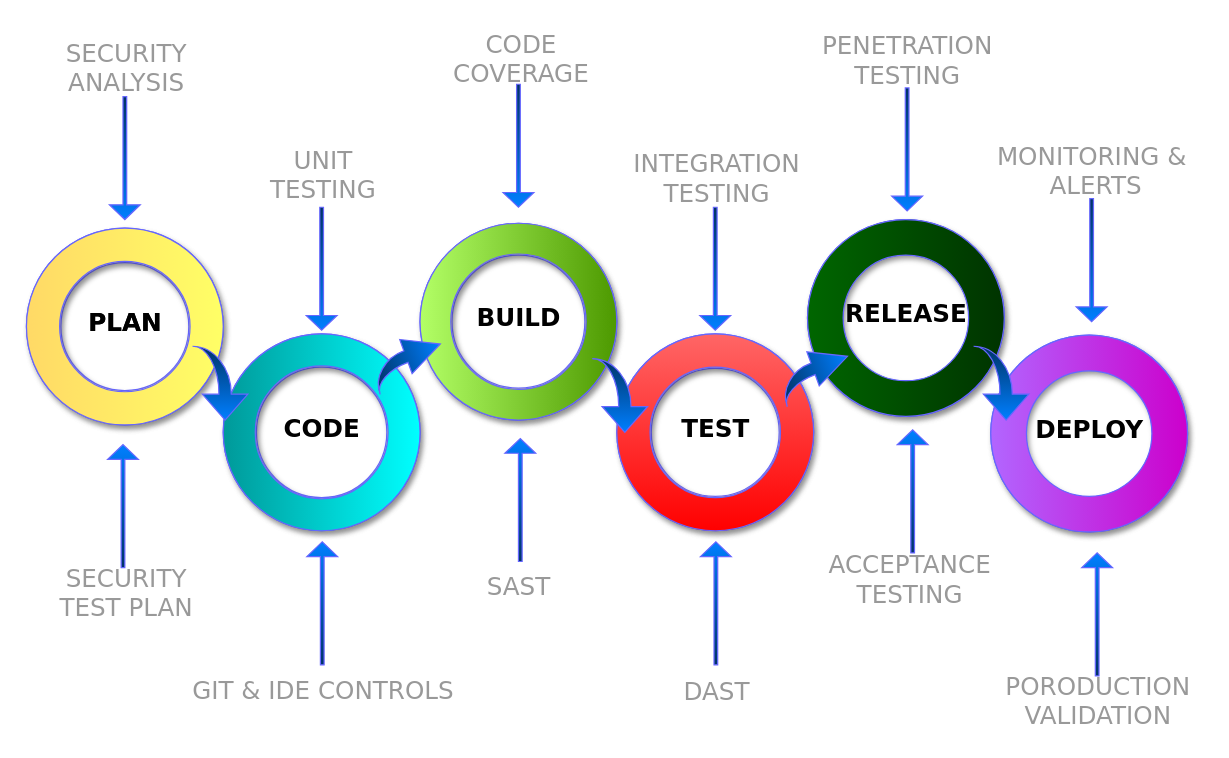
The draw.io diagram GeMDevOps/Untitled Diagram.drawio in kittunotes/devops_architecture, before the edit. Source tidied: cells renumbered, new cells numbered last; positions are measured from the earlier drawing's top-left corner, leaving out a move shared by most shapes. Both pictures are drawn from the tidied source at 123%, with x=0, y=0 at pixel (26, 21).
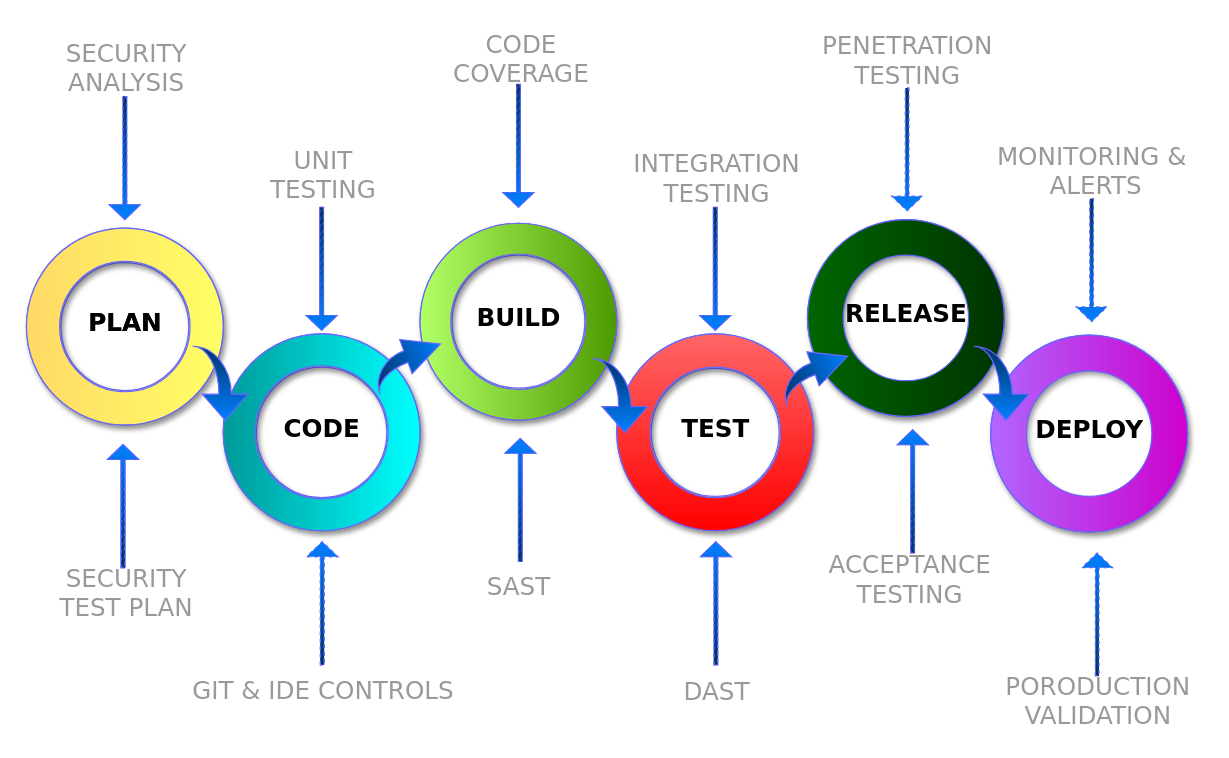
Above is the later version.

Change to the diagram source:
```diff
@@
-    <mxCell id="33" style="html=1;shadow=0;dashed=0;align=center;verticalAlign=middle;shape=mxgraph.arrows2.arrow;dy=0.88;dx=12;direction=north;notch=0;sketch=0;fillStyle=auto;strokeColor=#6666FF;fontFamily=Verdana;fontSize=20;fillColor=#003366;gradientColor=#007FFF;gradientDirection=east;" parent="1" vertex="1">
+    <mxCell id="33" style="html=1;shadow=0;dashed=1;align=center;verticalAlign=middle;shape=mxgraph.arrows2.arrow;dy=0.88;dx=12;direction=north;notch=0;sketch=0;fillStyle=auto;strokeColor=#6666FF;fontFamily=Verdana;fontSize=20;fillColor=#003366;gradientColor=#007FFF;gradientDirection=east;" parent="1" vertex="1">
       <mxGeometry x="228" y="423" width="25" height="100" as="geometry" />
     </mxCell>
@@
-    <mxCell id="37" style="html=1;shadow=0;dashed=0;align=center;verticalAlign=middle;shape=mxgraph.arrows2.arrow;dy=0.88;dx=12;direction=north;notch=0;sketch=0;fillStyle=auto;strokeColor=#6666FF;fontFamily=Verdana;fontSize=20;fillColor=#003366;gradientColor=#007FFF;gradientDirection=east;" parent="1" vertex="1">
+    <mxCell id="37" style="html=1;shadow=0;dashed=1;align=center;verticalAlign=middle;shape=mxgraph.arrows2.arrow;dy=0.88;dx=12;direction=north;notch=0;sketch=0;fillStyle=auto;strokeColor=#6666FF;fontFamily=Verdana;fontSize=20;fillColor=#003366;gradientColor=#007FFF;gradientDirection=east;strokeWidth=1;perimeterSpacing=0;" parent="1" vertex="1">
       <mxGeometry x="858" y="432" width="25" height="100" as="geometry" />
     </mxCell>
@@
-    <mxCell id="42" style="html=1;shadow=0;dashed=0;align=center;verticalAlign=middle;shape=mxgraph.arrows2.arrow;dy=0.88;dx=12;direction=south;notch=0;sketch=0;fillStyle=auto;strokeColor=#6666FF;fontFamily=Verdana;fontSize=20;fillColor=#003366;gradientColor=#007FFF;gradientDirection=east;" parent="1" vertex="1">
+    <mxCell id="42" style="html=1;shadow=0;dashed=1;align=center;verticalAlign=middle;shape=mxgraph.arrows2.arrow;dy=0.88;dx=12;direction=south;notch=0;sketch=0;fillStyle=auto;strokeColor=#6666FF;fontFamily=Verdana;fontSize=20;fillColor=#003366;gradientColor=#007FFF;gradientDirection=east;strokeWidth=1;perimeterSpacing=0;" parent="1" vertex="1">
       <mxGeometry x="703.5" y="54" width="25" height="100" as="geometry" />
     </mxCell>
-    <mxCell id="43" style="html=1;shadow=0;dashed=0;align=center;verticalAlign=middle;shape=mxgraph.arrows2.arrow;dy=0.88;dx=12;direction=south;notch=0;sketch=0;fillStyle=auto;strokeColor=#6666FF;fontFamily=Verdana;fontSize=20;fillColor=#003366;gradientColor=#007FFF;gradientDirection=east;" parent="1" vertex="1">
+    <mxCell id="43" style="html=1;shadow=0;dashed=1;align=center;verticalAlign=middle;shape=mxgraph.arrows2.arrow;dy=0.88;dx=12;direction=south;notch=0;sketch=0;fillStyle=auto;strokeColor=#6666FF;fontFamily=Verdana;fontSize=20;fillColor=#003366;gradientColor=#007FFF;gradientDirection=east;strokeWidth=1;perimeterSpacing=0;" parent="1" vertex="1">
       <mxGeometry x="853.5" y="144" width="25" height="100" as="geometry" />
     </mxCell>
@@
+    <mxCell id="56" style="html=1;shadow=0;dashed=0;align=center;verticalAlign=middle;shape=mxgraph.arrows2.arrow;dy=0.88;dx=12;direction=north;notch=0;sketch=0;fillStyle=auto;strokeColor=#6666FF;fontFamily=Verdana;fontSize=20;fillColor=#003366;gradientColor=#007FFF;gradientDirection=east;" parent="1" vertex="1">
+      <mxGeometry x="66" y="344" width="25" height="100" as="geometry" />
+    </mxCell>
+    <mxCell id="57" style="html=1;shadow=0;dashed=1;align=center;verticalAlign=middle;shape=mxgraph.arrows2.arrow;dy=0.88;dx=12;direction=north;notch=0;sketch=0;fillStyle=auto;strokeColor=#6666FF;fontFamily=Verdana;fontSize=20;fillColor=#003366;gradientColor=#007FFF;gradientDirection=east;strokeWidth=1;perimeterSpacing=0;" parent="1" vertex="1">
+      <mxGeometry x="66" y="344" width="25" height="100" as="geometry" />
+    </mxCell>
+    <mxCell id="58" style="html=1;shadow=0;dashed=1;align=center;verticalAlign=middle;shape=mxgraph.arrows2.arrow;dy=0.88;dx=12;direction=south;notch=0;sketch=0;fillStyle=auto;strokeColor=#6666FF;fontFamily=Verdana;fontSize=20;fillColor=#003366;gradientColor=#007FFF;gradientDirection=east;strokeWidth=1;perimeterSpacing=0;" parent="1" vertex="1">
+      <mxGeometry x="67.5" y="61" width="25" height="100" as="geometry" />
+    </mxCell>
+    <mxCell id="59" style="html=1;shadow=0;dashed=1;align=center;verticalAlign=middle;shape=mxgraph.arrows2.arrow;dy=0.88;dx=12;direction=south;notch=0;sketch=0;fillStyle=auto;strokeColor=#6666FF;fontFamily=Verdana;fontSize=20;fillColor=#003366;gradientColor=#007FFF;gradientDirection=east;strokeWidth=1;perimeterSpacing=0;" parent="1" vertex="1">
+      <mxGeometry x="227.5" y="151" width="25" height="100" as="geometry" />
+    </mxCell>
+    <mxCell id="60" style="html=1;shadow=0;dashed=1;align=center;verticalAlign=middle;shape=mxgraph.arrows2.arrow;dy=0.88;dx=12;direction=north;notch=0;sketch=0;fillStyle=auto;strokeColor=#6666FF;fontFamily=Verdana;fontSize=20;fillColor=#003366;gradientColor=#007FFF;gradientDirection=east;strokeWidth=1;perimeterSpacing=0;" parent="1" vertex="1">
+      <mxGeometry x="228" y="423" width="25" height="100" as="geometry" />
+    </mxCell>
+    <mxCell id="61" style="html=1;shadow=0;dashed=1;align=center;verticalAlign=middle;shape=mxgraph.arrows2.arrow;dy=0.88;dx=12;direction=north;notch=0;sketch=0;fillStyle=auto;strokeColor=#6666FF;fontFamily=Verdana;fontSize=20;fillColor=#003366;gradientColor=#007FFF;gradientDirection=east;strokeWidth=1;perimeterSpacing=0;" parent="1" vertex="1">
+      <mxGeometry x="389" y="339" width="25" height="100" as="geometry" />
+    </mxCell>
+    <mxCell id="62" style="html=1;shadow=0;dashed=1;align=center;verticalAlign=middle;shape=mxgraph.arrows2.arrow;dy=0.88;dx=12;direction=south;notch=0;sketch=0;fillStyle=auto;strokeColor=#6666FF;fontFamily=Verdana;fontSize=20;fillColor=#003366;gradientColor=#007FFF;gradientDirection=east;strokeWidth=1;perimeterSpacing=0;" parent="1" vertex="1">
+      <mxGeometry x="387.5" y="51" width="25" height="100" as="geometry" />
+    </mxCell>
+    <mxCell id="63" style="html=1;shadow=0;dashed=1;align=center;verticalAlign=middle;shape=mxgraph.arrows2.arrow;dy=0.88;dx=12;direction=south;notch=0;sketch=0;fillStyle=auto;strokeColor=#6666FF;fontFamily=Verdana;fontSize=20;fillColor=#003366;gradientColor=#007FFF;gradientDirection=east;strokeWidth=1;perimeterSpacing=0;" parent="1" vertex="1">
+      <mxGeometry x="547.5" y="151" width="25" height="100" as="geometry" />
+    </mxCell>
+    <mxCell id="64" style="html=1;shadow=0;dashed=1;align=center;verticalAlign=middle;shape=mxgraph.arrows2.arrow;dy=0.88;dx=12;direction=north;notch=0;sketch=0;fillStyle=auto;strokeColor=#6666FF;fontFamily=Verdana;fontSize=20;fillColor=#003366;gradientColor=#007FFF;gradientDirection=east;strokeWidth=1;perimeterSpacing=0;" parent="1" vertex="1">
+      <mxGeometry x="548" y="423" width="25" height="100" as="geometry" />
+    </mxCell>
+    <mxCell id="65" style="html=1;shadow=0;dashed=1;align=center;verticalAlign=middle;shape=mxgraph.arrows2.arrow;dy=0.88;dx=12;direction=north;notch=0;sketch=0;fillStyle=auto;strokeColor=#6666FF;fontFamily=Verdana;fontSize=20;fillColor=#003366;gradientColor=#007FFF;gradientDirection=east;strokeWidth=1;perimeterSpacing=0;" parent="1" vertex="1">
+      <mxGeometry x="708" y="332" width="25" height="100" as="geometry" />
+    </mxCell>
```
